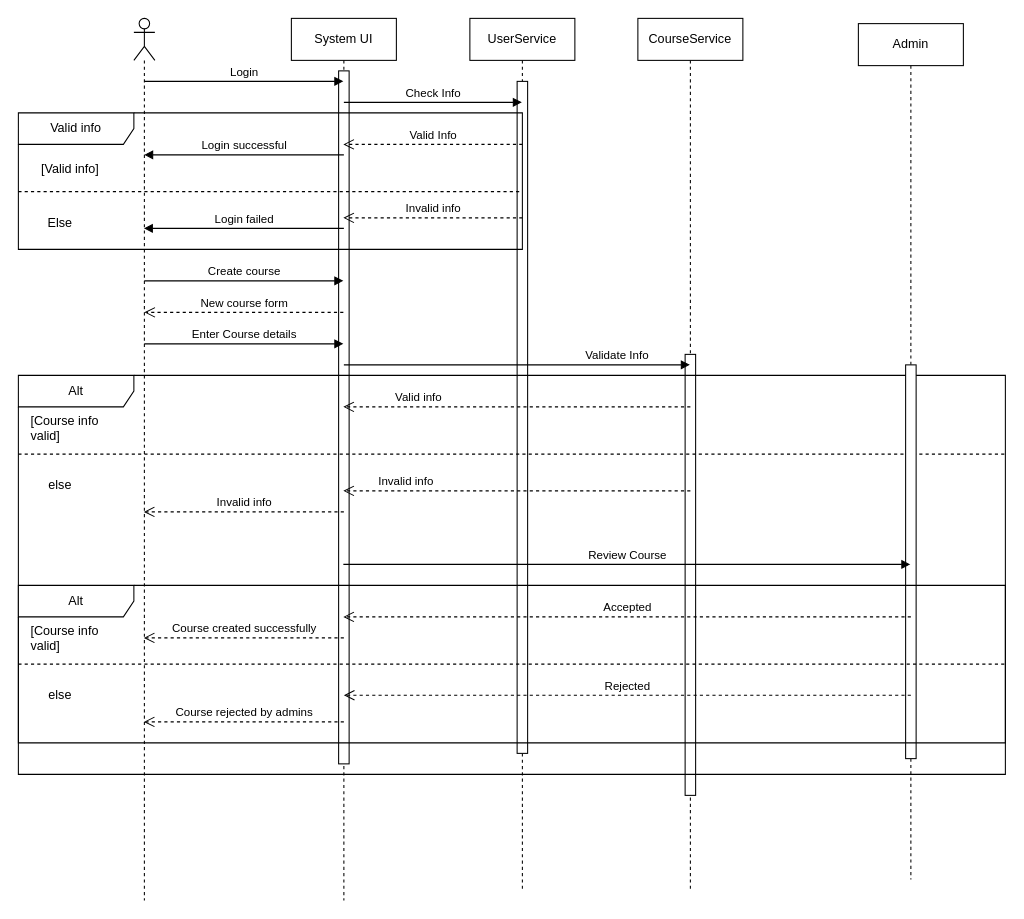
Above: Diagrams/Sequence Diagram.drawio in Smook-e/Prog2_lab6 (draw.io), before the change. Source tidied: cells renumbered, new cells numbered last; positions are measured from the earlier drawing's top-left corner, leaving out a move shared by most shapes. Both pictures are drawn from the tidied source at 105%, with x=0, y=0 at pixel (18, 18).
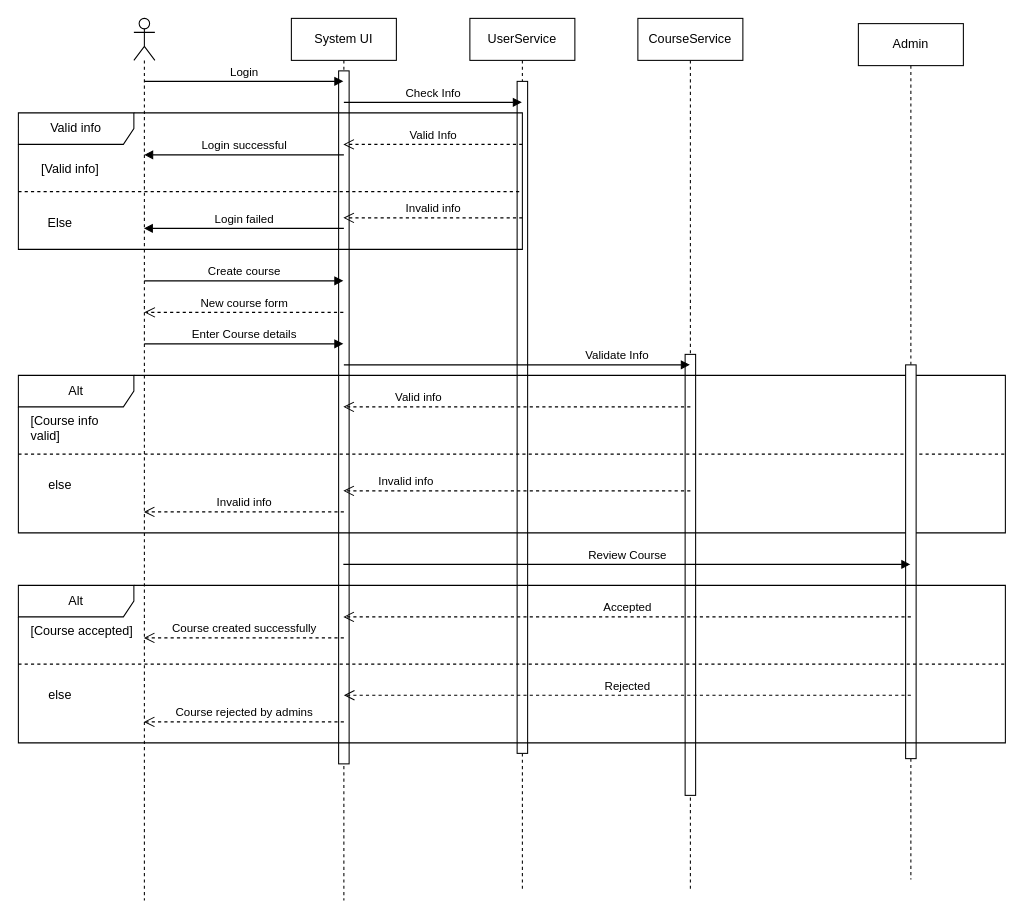
Above is the later version.

Commit message:
updated alt fragment

The change refers to these unchanged cells:
```xml
<mxCell id="34" value="Alt" style="shape=umlFrame;whiteSpace=wrap;html=1;width=110;height=30;" parent="1" vertex="1">
  <mxGeometry y="540" width="940" height="150" as="geometry" />
</mxCell>
```

Change to the diagram source:
```diff
@@
     <mxCell id="23" value="Alt" style="shape=umlFrame;whiteSpace=wrap;html=1;width=110;height=30;" parent="1" vertex="1">
-      <mxGeometry y="340" width="940" height="380" as="geometry" />
+      <mxGeometry y="340" width="940" height="150" as="geometry" />
     </mxCell>
@@
-    <mxCell id="35" value="[Course info&amp;nbsp;&lt;div&gt;valid]&lt;/div&gt;" style="text;html=1;" parent="34" vertex="1">
+    <mxCell id="35" value="[Course accepted&lt;span style=&quot;background-color: transparent; color: light-dark(rgb(0, 0, 0), rgb(255, 255, 255));&quot;&gt;]&lt;/span&gt;" style="text;html=1;" parent="34" vertex="1">
       <mxGeometry width="100" height="20" relative="1" as="geometry">
         <mxPoint x="10" y="30" as="offset" />
       </mxGeometry>
     </mxCell>
```
